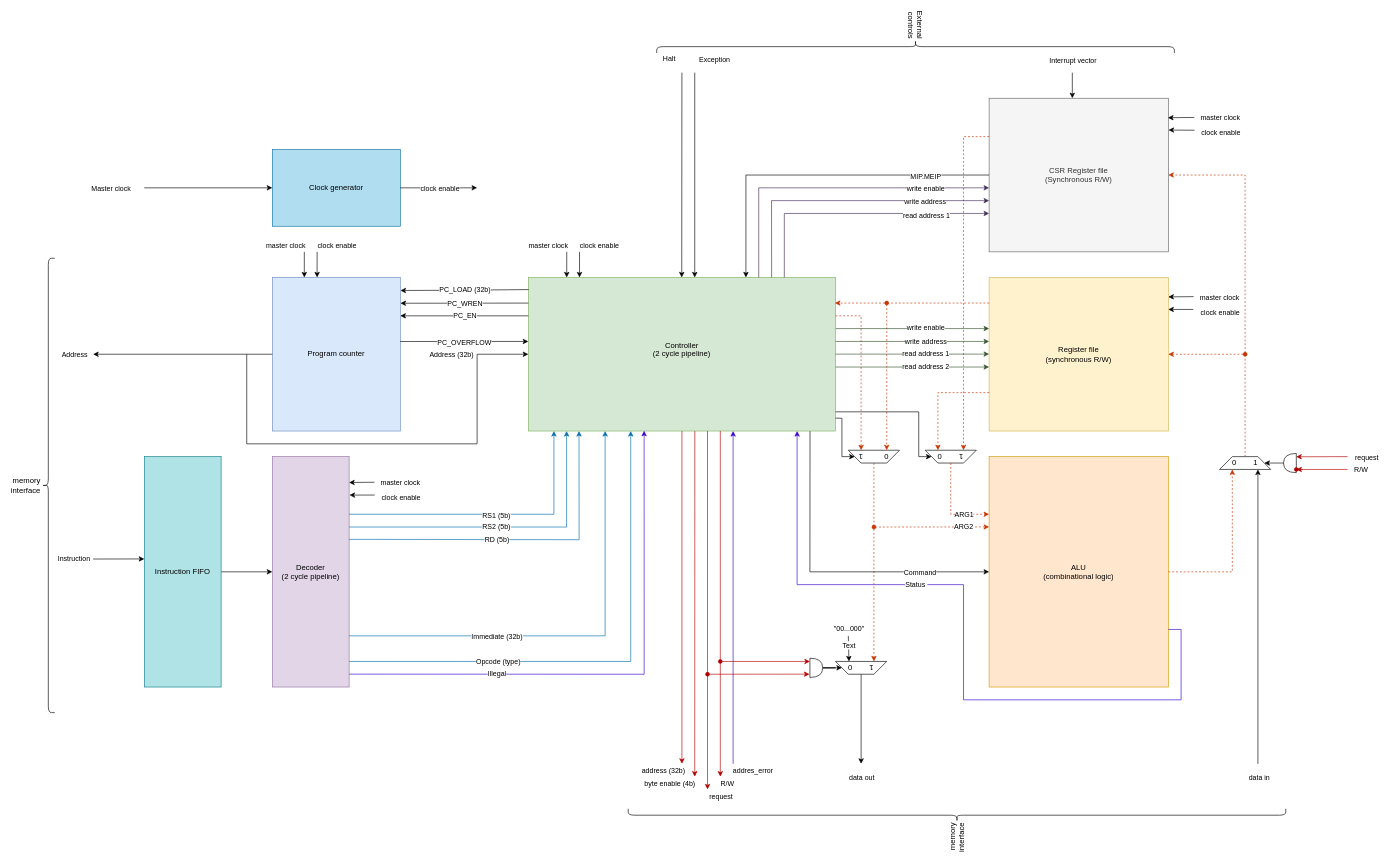
The draw.io diagram core.drawio in lheywang/RV32, before the edit. Source tidied: cells renumbered, new cells numbered last; positions are measured from the earlier drawing's top-left corner, leaving out a move shared by most shapes. Both pictures are drawn from the tidied source at 64%, with x=0, y=0 at pixel (42, -212).
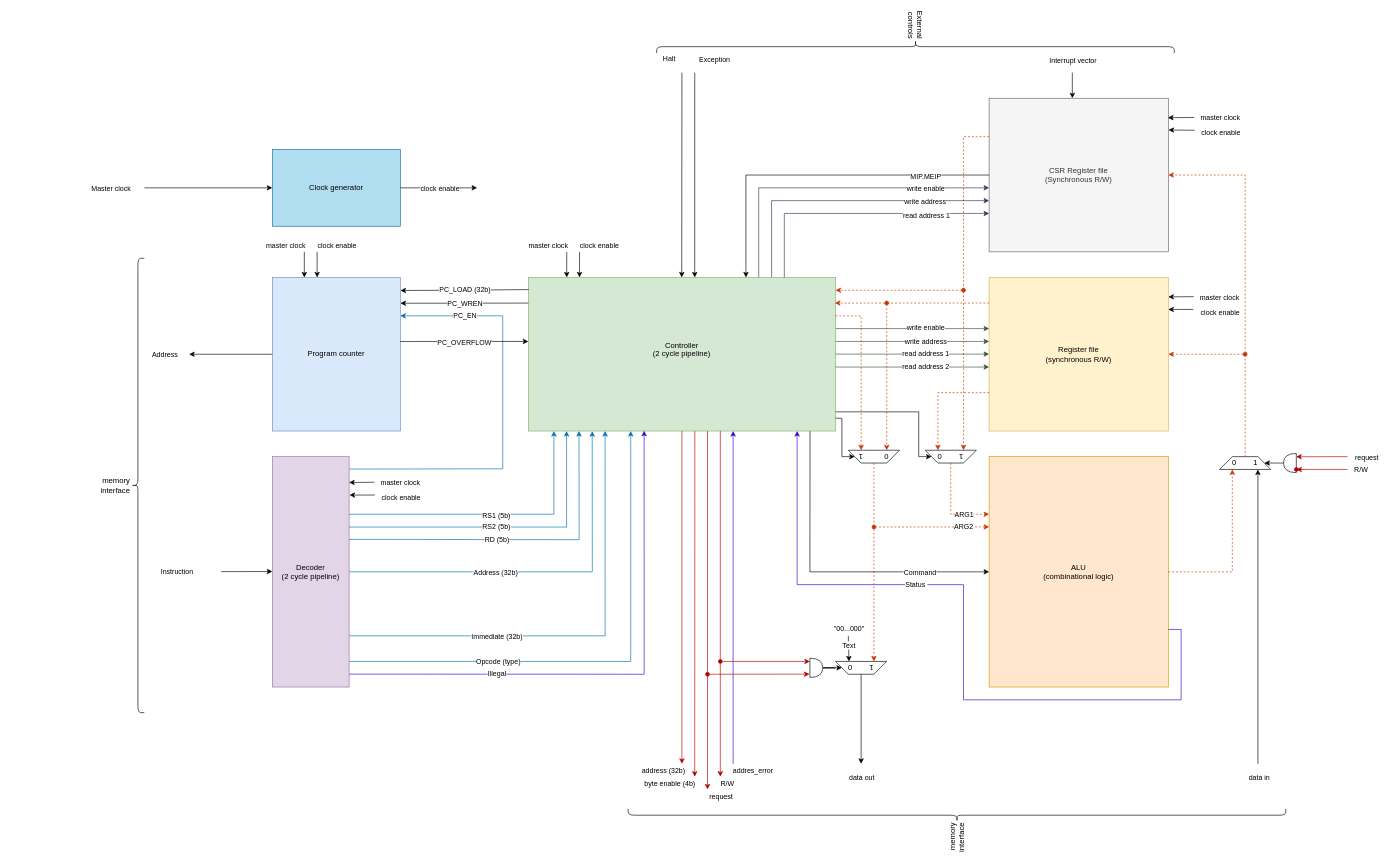
The same diagram, later.

Commit message:
Updated core schematic with the latest changes

The change refers to these unchanged cells:
```xml
<mxCell id="2" value="Controller&lt;div&gt;&lt;font color=&quot;#000000&quot;&gt;(2 cycle pipeline)&lt;br&gt;&lt;/font&gt;&lt;div&gt;&lt;br&gt;&lt;/div&gt;&lt;/div&gt;" style="rounded=0;whiteSpace=wrap;html=1;fillColor=#d5e8d4;strokeColor=#82b366;" parent="1" vertex="1">
  <mxGeometry x="760" y="765" width="480" height="240" as="geometry" />
</mxCell>
<mxCell id="3" value="Decoder&lt;div&gt;(2 cycle pipeline)&lt;/div&gt;" style="rounded=0;whiteSpace=wrap;html=1;fillColor=#e1d5e7;strokeColor=#9673a6;" parent="1" vertex="1">
  <mxGeometry x="360" y="1045" width="120" height="360" as="geometry" />
</mxCell>
<mxCell id="7" value="Program counter" style="rounded=0;whiteSpace=wrap;html=1;fillColor=#dae8fc;strokeColor=#6c8ebf;" parent="1" vertex="1">
  <mxGeometry x="360" y="765" width="200" height="240" as="geometry" />
</mxCell>
```

The edit, as a diff of the source:
```diff
@@
     <mxCell id="8" style="endArrow=classic;html=1;rounded=0;entryX=0.017;entryY=0.444;entryDx=0;entryDy=0;entryPerimeter=0;" parent="1" edge="1">
       <mxGeometry relative="1" as="geometry">
-        <mxPoint x="80" y="1205" as="sourcePoint" />
-        <mxPoint x="160" y="1204.8" as="targetPoint" />
+        <mxPoint x="280" y="1224.7" as="sourcePoint" />
+        <mxPoint x="360" y="1224.5" as="targetPoint" />
       </mxGeometry>
     </mxCell>
     <mxCell id="9" value="Instruction" style="edgeLabel;html=1;align=center;verticalAlign=middle;" parent="8" vertex="1">
       <mxGeometry x="-0.74" y="-1" relative="1" as="geometry">
-        <mxPoint x="-41" y="-1" as="offset" />
+        <mxPoint x="-80" y="-1" as="offset" />
       </mxGeometry>
     </mxCell>
     <mxCell id="10" style="endArrow=classic;html=1;rounded=0;exitX=0;exitY=0.5;exitDx=0;exitDy=0;labelPosition=left;verticalLabelPosition=middle;align=left;verticalAlign=middle;" parent="1" edge="1" source="7">
       <mxGeometry relative="1" as="geometry">
-        <mxPoint x="80" y="885" as="targetPoint" />
+        <mxPoint x="230" y="885" as="targetPoint" />
       </mxGeometry>
     </mxCell>
     <mxCell id="11" value="Address" style="edgeLabel;html=1;align=center;verticalAlign=middle;" parent="10" vertex="1">
       <mxGeometry x="0.36" y="-1" relative="1" as="geometry">
-        <mxPoint x="-120" y="1" as="offset" />
+        <mxPoint x="-81" y="1" as="offset" />
       </mxGeometry>
     </mxCell>
@@
-    <mxCell id="14" style="endArrow=classic;html=1;rounded=0;exitX=0;exitY=0.25;exitDx=0;exitDy=0;entryX=1;entryY=0.25;entryDx=0;entryDy=0;" parent="1" edge="1" source="2" target="7">
-      <mxGeometry relative="1" as="geometry" />
+    <mxCell id="14" style="endArrow=classic;html=1;rounded=0;exitX=1.002;exitY=0.054;exitDx=0;exitDy=0;entryX=1;entryY=0.25;entryDx=0;entryDy=0;exitPerimeter=0;fillColor=#1ba1e2;strokeColor=#006EAF;" parent="1" edge="1" source="3" target="7">
+      <mxGeometry relative="1" as="geometry">
+        <Array as="points">
+          <mxPoint x="720" y="1064" />
+          <mxPoint x="720" y="825" />
+        </Array>
+      </mxGeometry>
     </mxCell>
     <mxCell id="15" value="PC_EN" style="edgeLabel;html=1;align=center;verticalAlign=middle;" parent="14" vertex="1">
       <mxGeometry x="0.09" y="-1" relative="1" as="geometry">
-        <mxPoint x="9" as="offset" />
+        <mxPoint x="-61" y="-131" as="offset" />
       </mxGeometry>
     </mxCell>
-    <mxCell id="16" style="endArrow=classic;html=1;rounded=0;entryX=0;entryY=0.5;entryDx=0;entryDy=0;" parent="1" edge="1" target="2">
-      <mxGeometry relative="1" as="geometry">
-        <mxPoint x="320" y="885" as="sourcePoint" />
-        <Array as="points">
-          <mxPoint x="320" y="1025" />
-          <mxPoint x="680" y="1025" />
-          <mxPoint x="680" y="885" />
-        </Array>
-      </mxGeometry>
-    </mxCell>
-    <mxCell id="17" value="Address (32b)" style="edgeLabel;html=1;align=center;verticalAlign=middle;" parent="16" vertex="1">
-      <mxGeometry x="0.85" y="1" relative="1" as="geometry">
-        <mxPoint x="-67" y="1" as="offset" />
-      </mxGeometry>
-    </mxCell>
@@
     <mxCell id="99" value="memory interface" style="shape=curlyBracket;whiteSpace=wrap;html=1;rounded=1;labelPosition=left;verticalLabelPosition=middle;align=right;verticalAlign=middle;rotation=0;horizontal=1;direction=east;" parent="1" vertex="1">
-      <mxGeometry y="735" width="20" height="710" as="geometry" />
+      <mxGeometry x="140" y="735" width="20" height="710" as="geometry" />
     </mxCell>
@@
-    <mxCell id="135" style="edgeStyle=none;html=1;entryX=0;entryY=0.5;entryDx=0;entryDy=0;" parent="1" edge="1" source="136" target="3">
-      <mxGeometry relative="1" as="geometry" />
-    </mxCell>
-    <mxCell id="136" value="Instruction FIFO" style="rounded=0;whiteSpace=wrap;html=1;fillColor=#b0e3e6;strokeColor=#0e8088;" parent="1" vertex="1">
-      <mxGeometry x="160" y="1045" width="120" height="360" as="geometry" />
-    </mxCell>
+    <mxCell id="137" style="edgeStyle=none;html=1;entryX=0.208;entryY=1.001;entryDx=0;entryDy=0;entryPerimeter=0;rounded=0;curved=0;fillColor=#1ba1e2;strokeColor=#006EAF;" parent="1" edge="1" source="3" target="2">
+      <mxGeometry relative="1" as="geometry">
+        <Array as="points">
+          <mxPoint x="860" y="1225" />
+        </Array>
+      </mxGeometry>
+    </mxCell>
+    <mxCell id="17" value="Address (32b)" style="edgeLabel;html=1;align=center;verticalAlign=middle;" parent="137" vertex="1">
+      <mxGeometry x="-0.24" y="-1" relative="1" as="geometry" />
+    </mxCell>
+    <mxCell id="138" style="endArrow=classic;html=1;rounded=0;entryX=0.998;entryY=0.167;entryDx=0;entryDy=0;fillColor=#fa6800;strokeColor=#C73500;dashed=1;entryPerimeter=0;startArrow=oval;startFill=1;" parent="1" edge="1">
+      <mxGeometry relative="1" as="geometry">
+        <mxPoint x="1440" y="785" as="sourcePoint" />
+        <mxPoint x="1240" y="785" as="targetPoint" />
+      </mxGeometry>
+    </mxCell>
```
